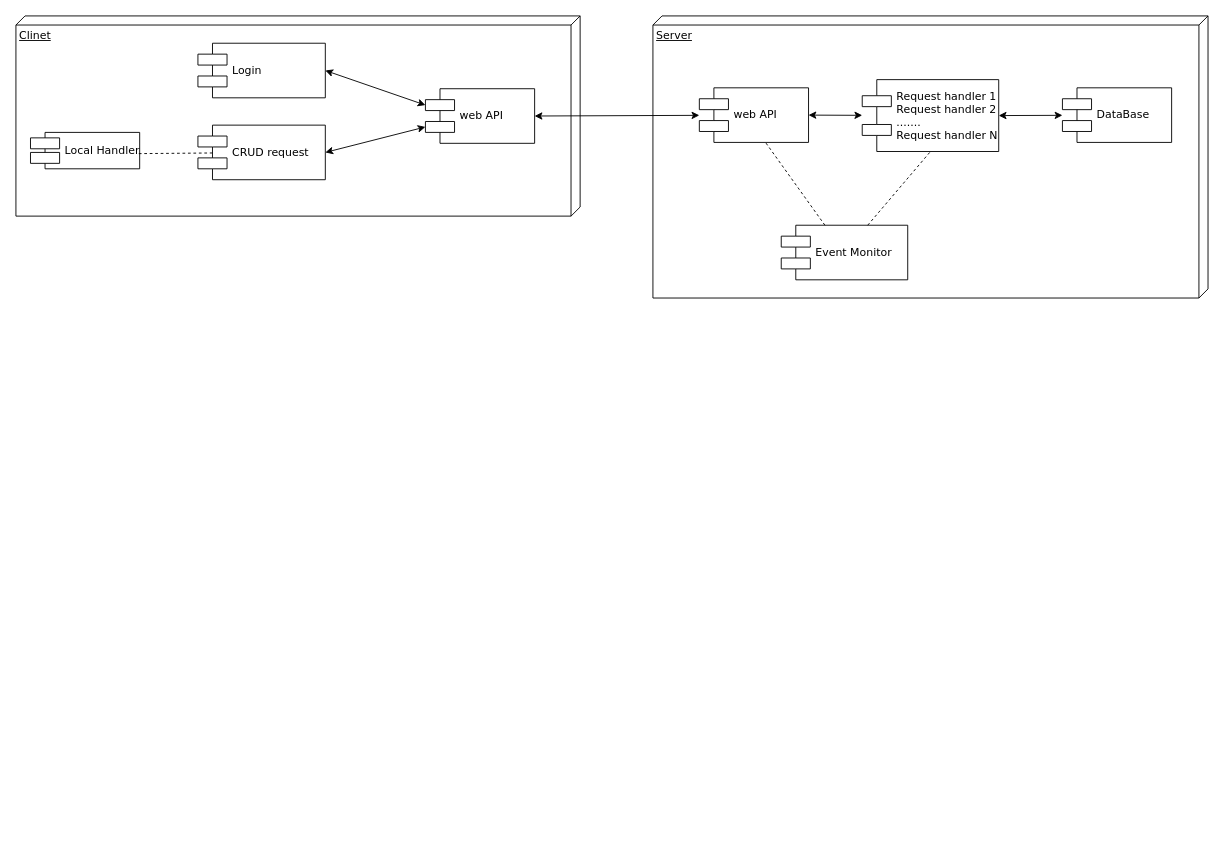
Earlier version of the draw.io diagram temp/ssd/AssignmentDesign.drawio (William-Wang-Dev/eportfolio). Source tidied: cells renumbered, new cells numbered last; positions are measured from the earlier drawing's top-left corner, leaving out a move shared by most shapes. Both pictures are drawn from the tidied source at 91%, with x=0, y=0 at pixel (15, 15).
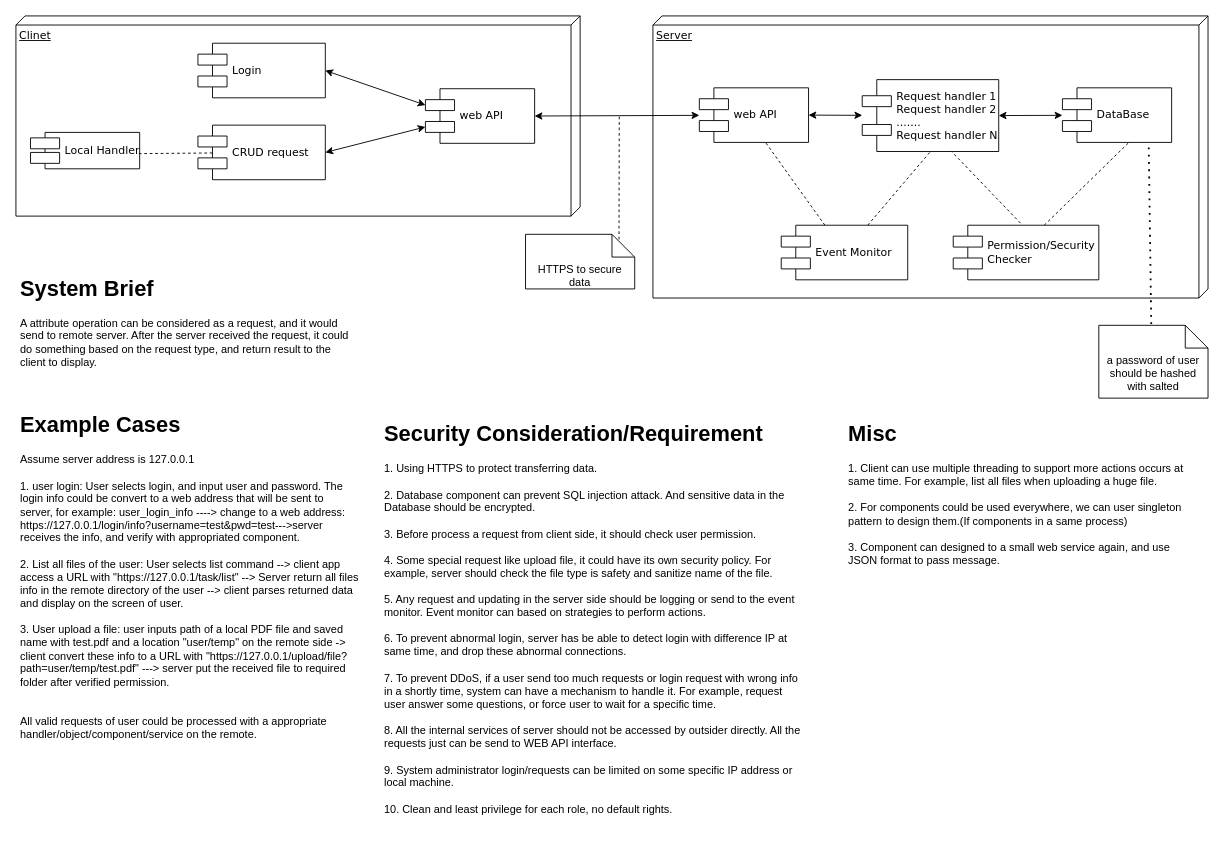
The same page after the edit.

Unchanged cells that the change refers to:
```xml
<mxCell id="13" value="&lt;div&gt;Request handler 1&lt;/div&gt;&lt;div&gt;Request handler 2&lt;/div&gt;&lt;div&gt;.......&lt;/div&gt;&lt;div&gt;Request handler N&lt;br&gt;&lt;/div&gt;" style="shape=component;align=left;spacingLeft=36;rounded=0;shadow=0;comic=0;labelBackgroundColor=none;strokeWidth=1;fontFamily=Verdana;fontSize=12;html=1;" parent="1" vertex="1">
  <mxGeometry x="930" y="70" width="150" height="79" as="geometry" />
</mxCell>
<mxCell id="16" value="DataBase" style="shape=component;align=left;spacingLeft=36;rounded=0;shadow=0;comic=0;labelBackgroundColor=none;strokeWidth=1;fontFamily=Verdana;fontSize=12;html=1;" parent="1" vertex="1">
  <mxGeometry x="1150" y="79" width="120" height="60" as="geometry" />
</mxCell>
```

The edit, as a diff of the source:
```diff
@@
+    <mxCell id="22" value="&lt;h1&gt;System Brief&lt;/h1&gt;&lt;div&gt;A attribute operation can be considered as a request, and it would send to remote server. After the server received the request, it could do something based on the request type, and return result to the client to display.&lt;br&gt;&lt;/div&gt;" style="text;html=1;strokeColor=none;fillColor=none;spacing=5;spacingTop=-20;whiteSpace=wrap;overflow=hidden;rounded=0;" parent="1" vertex="1">
+      <mxGeometry y="280" width="380" height="120" as="geometry" />
+    </mxCell>
+    <mxCell id="23" value="&lt;h1&gt;Example Cases&lt;/h1&gt;&lt;div&gt;Assume server address is 127.0.0.1&lt;/div&gt;&lt;div&gt;&lt;br&gt;&lt;/div&gt;&lt;div&gt;1. user login: User selects login, and input user and password. The login info could be convert to a web address that will be sent to server, for example: user_login_info ----&amp;gt; change to a web address: &lt;br&gt;&lt;/div&gt;&lt;div&gt;https://127.0.0.1/login/info?username=test&amp;amp;pwd=test---&amp;gt;server receives the info, and verify with appropriated component.&lt;/div&gt;&lt;div&gt;&lt;br&gt;&lt;/div&gt;&lt;div&gt;2. List all files of the user: User selects list command --&amp;gt; client app access a URL with &quot;https://127.0.0.1/task/list&quot; --&amp;gt; Server return all files info in the remote directory of the user --&amp;gt; client parses returned data and display on the screen of user.&lt;br&gt;&lt;/div&gt;&lt;div&gt;&lt;br&gt;&lt;/div&gt;&lt;div&gt;3. User upload a file: user inputs path of a local PDF file and saved name with test.pdf and a location &quot;user/temp&quot; on the remote side -&amp;gt; client convert these info to a URL with &quot;https://127.0.0.1/upload/file?path=user/temp/test.pdf&quot; ---&amp;gt; server put the received file to required folder after verified permission.&lt;/div&gt;&lt;div&gt;&lt;br&gt;&lt;/div&gt;&lt;div&gt;&lt;br&gt;&lt;/div&gt;&lt;div&gt;All valid requests of user could be processed with a appropriate handler/object/component/service on the remote.&lt;br&gt;&lt;/div&gt;" style="text;html=1;strokeColor=none;fillColor=none;spacing=5;spacingTop=-20;whiteSpace=wrap;overflow=hidden;rounded=0;" parent="1" vertex="1">
+      <mxGeometry y="430" width="380" height="400" as="geometry" />
+    </mxCell>
+    <mxCell id="24" value="HTTPS to secure data" style="shape=note2;boundedLbl=1;whiteSpace=wrap;html=1;size=25;verticalAlign=top;align=center;" parent="1" vertex="1">
+      <mxGeometry x="560" y="240" width="120" height="60" as="geometry" />
+    </mxCell>
+    <mxCell id="25" style="endArrow=none;dashed=1;html=1;rounded=0;exitX=0.856;exitY=0.094;exitDx=0;exitDy=0;exitPerimeter=0;" parent="1" edge="1" source="24">
+      <mxGeometry relative="1" as="geometry">
+        <mxPoint x="663" y="110" as="targetPoint" />
+      </mxGeometry>
+    </mxCell>
+    <mxCell id="26" value="&lt;div&gt;Permission/Security &lt;br&gt;&lt;/div&gt;&lt;div&gt;Checker&lt;br&gt;&lt;/div&gt;" style="shape=component;align=left;spacingLeft=36;rounded=0;shadow=0;comic=0;labelBackgroundColor=none;strokeWidth=1;fontFamily=Verdana;fontSize=12;html=1;" parent="1" vertex="1">
+      <mxGeometry x="1030" y="230" width="160" height="60" as="geometry" />
+    </mxCell>
+    <mxCell id="27" style="endArrow=none;dashed=1;html=1;rounded=0;entryX=0.653;entryY=0.997;entryDx=0;entryDy=0;entryPerimeter=0;exitX=0.462;exitY=-0.038;exitDx=0;exitDy=0;exitPerimeter=0;" parent="1" edge="1" source="26" target="13">
+      <mxGeometry relative="1" as="geometry" />
+    </mxCell>
+    <mxCell id="28" style="endArrow=none;dashed=1;html=1;rounded=0;entryX=0.612;entryY=0.994;entryDx=0;entryDy=0;entryPerimeter=0;" parent="1" edge="1" target="16">
+      <mxGeometry relative="1" as="geometry">
+        <mxPoint x="1130" y="230" as="sourcePoint" />
+      </mxGeometry>
+    </mxCell>
+    <mxCell id="29" value="a password of user should be hashed with salted" style="shape=note2;boundedLbl=1;whiteSpace=wrap;html=1;size=25;verticalAlign=top;align=center;" parent="1" vertex="1">
+      <mxGeometry x="1190" y="340" width="120" height="80" as="geometry" />
+    </mxCell>
+    <mxCell id="30" style="endArrow=none;dashed=1;html=1;dashPattern=1 3;strokeWidth=2;rounded=0;entryX=0.79;entryY=0.993;entryDx=0;entryDy=0;entryPerimeter=0;exitX=0.48;exitY=-0.018;exitDx=0;exitDy=0;exitPerimeter=0;" parent="1" edge="1" source="29" target="16">
+      <mxGeometry relative="1" as="geometry" />
+    </mxCell>
+    <mxCell id="31" value="&lt;h1&gt;Security Consideration/Requirement&lt;/h1&gt;&lt;div&gt;1. Using HTTPS to protect transferring data.&lt;/div&gt;&lt;div&gt;&lt;br&gt;&lt;/div&gt;&lt;div&gt;2. Database component can prevent SQL injection attack. And sensitive data in the Database should be encrypted.&lt;br&gt;&lt;/div&gt;&lt;div&gt;&lt;br&gt;&lt;/div&gt;&lt;div&gt;3. Before process a request from client side, it should check user permission.&lt;br&gt;&lt;/div&gt;&lt;div&gt;&lt;br&gt;&lt;/div&gt;&lt;div&gt;4. Some special request like upload file, it could have its own security policy. For example, server should check the file type is safety and sanitize name of the file.&lt;/div&gt;&lt;div&gt;&lt;br&gt;&lt;/div&gt;&lt;div&gt;5. Any request and updating in the server side should be logging or send to the event monitor. Event monitor can based on strategies to perform actions.&lt;/div&gt;&lt;div&gt;&lt;br&gt;&lt;/div&gt;&lt;div&gt;6. To prevent abnormal login, server has be able to detect login with difference IP at same time, and drop these abnormal connections.&lt;/div&gt;&lt;div&gt;&lt;br&gt;&lt;/div&gt;&lt;div&gt;7. To prevent DDoS, if a user send too much requests or login request with wrong info in a shortly time, system can have a mechanism to handle it. For example, request user answer some questions, or force user to wait for a specific time.&lt;/div&gt;&lt;div&gt;&lt;br&gt;&lt;/div&gt;&lt;div&gt;8. All the internal services of server should not be accessed by outsider directly. All the requests just can be send to WEB API interface.&lt;/div&gt;&lt;div&gt;&lt;br&gt;&lt;/div&gt;&lt;div&gt;9. System administrator login/requests can be limited on some specific IP address or local machine.&lt;/div&gt;&lt;div&gt;&lt;br&gt;&lt;/div&gt;&lt;div&gt;10. Clean and least privilege for each role, no default rights. &lt;br&gt;&lt;/div&gt;" style="text;html=1;strokeColor=none;fillColor=none;spacing=5;spacingTop=-20;whiteSpace=wrap;overflow=hidden;rounded=0;" parent="1" vertex="1">
+      <mxGeometry x="400" y="440" width="470" height="450" as="geometry" />
+    </mxCell>
+    <mxCell id="32" value="&lt;h1&gt;Misc&lt;br&gt;&lt;/h1&gt;&lt;div&gt;1. Client can use multiple threading to support more actions occurs at same time. For example, list all files when uploading a huge file.&lt;/div&gt;&lt;div&gt;&lt;br&gt;&lt;/div&gt;&lt;div&gt;2. For components could be used everywhere, we can user singleton pattern to design them.(If components in a same process)&lt;br&gt;&lt;/div&gt;&lt;div&gt;&lt;br&gt;&lt;/div&gt;&lt;div&gt;3. Component can designed to a small web service again, and use JSON format to pass message.&lt;br&gt;&lt;/div&gt;&lt;div&gt;&lt;br&gt;&lt;/div&gt;&lt;div&gt;&lt;br&gt;&lt;/div&gt;" style="text;html=1;strokeColor=none;fillColor=none;spacing=5;spacingTop=-20;whiteSpace=wrap;overflow=hidden;rounded=0;" parent="1" vertex="1">
+      <mxGeometry x="910" y="440" width="380" height="180" as="geometry" />
+    </mxCell>
```
